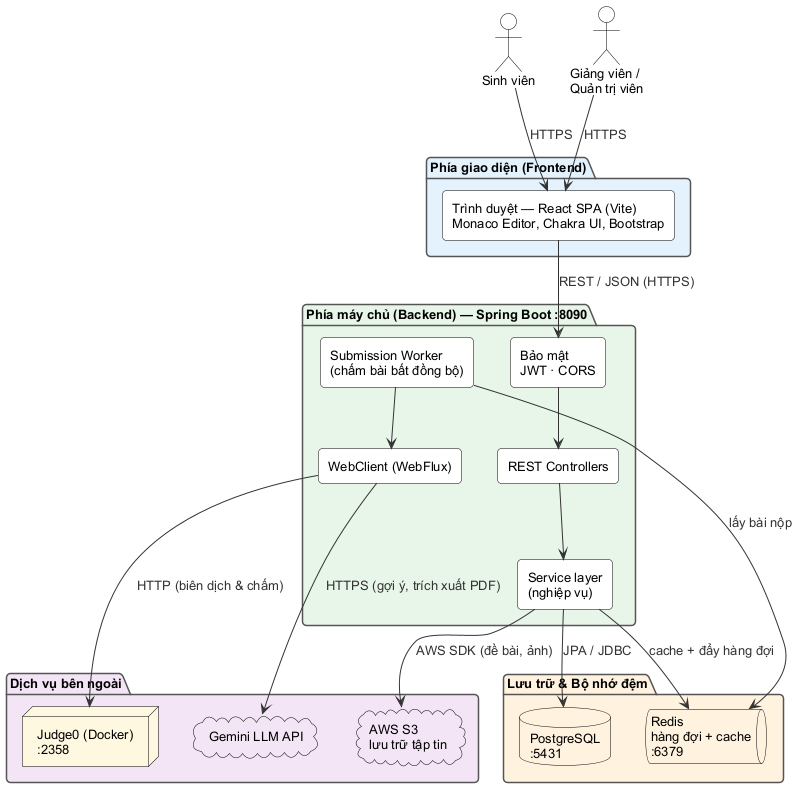
This is Thesis/final/figures/architecture.png from InfiniteGosi/TDTUOJ, a PlantUML export, as it was before one commit.
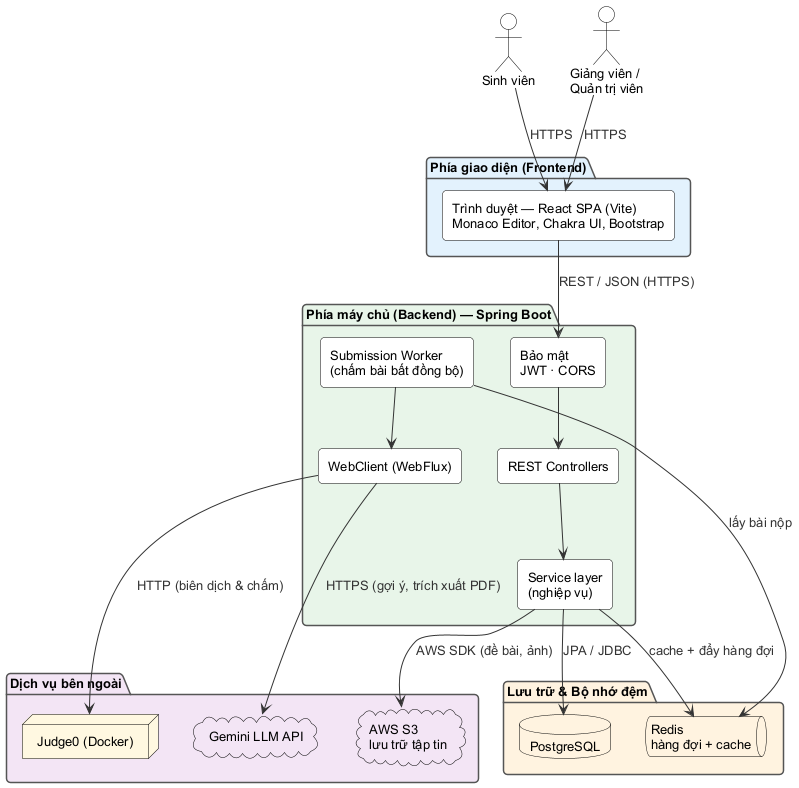
The same file after the commit.

Change to the diagram source:
```diff
@@ -26,7 +26,7 @@
   rectangle "Trình duyệt — React SPA (Vite)\nMonaco Editor, Chakra UI, Bootstrap" as spa #FFFFFF
 }
 
-package "Phía máy chủ (Backend) — Spring Boot :8090" #E8F5E9 {
+package "Phía máy chủ (Backend) — Spring Boot" #E8F5E9 {
   rectangle "Bảo mật\nJWT · CORS" as sec #FFFFFF
   rectangle "REST Controllers" as ctrl #FFFFFF
   rectangle "Service layer\n(nghiệp vụ)" as svc #FFFFFF
@@ -35,12 +35,12 @@
 }
 
 package "Lưu trữ & Bộ nhớ đệm" #FFF3E0 {
-  database "PostgreSQL\n:5431" as pg
-  queue "Redis\nhàng đợi + cache\n:6379" as redis
+  database "PostgreSQL" as pg
+  queue "Redis\nhàng đợi + cache" as redis
 }
 
 package "Dịch vụ bên ngoài" #F3E5F5 {
-  node "Judge0 (Docker)\n:2358" as judge0
+  node "Judge0 (Docker)" as judge0
   cloud "AWS S3\nlưu trữ tập tin" as s3
   cloud "Gemini LLM API" as gemini
 }
```
